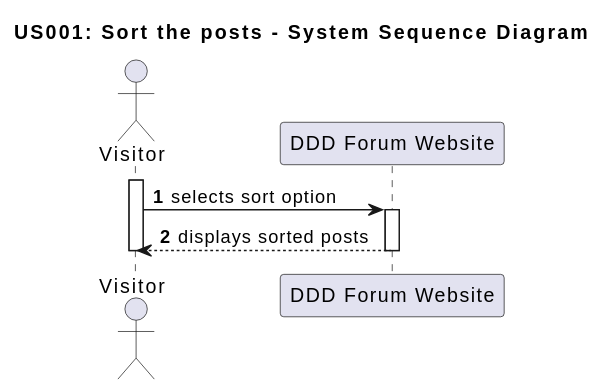
This is docs/sprintA/us001/01.requirements-engineering/svg/us001-system-sequence-diagram.svg from ELAINNE1409/ElainneQA, a PlantUML export, as it was before one commit.
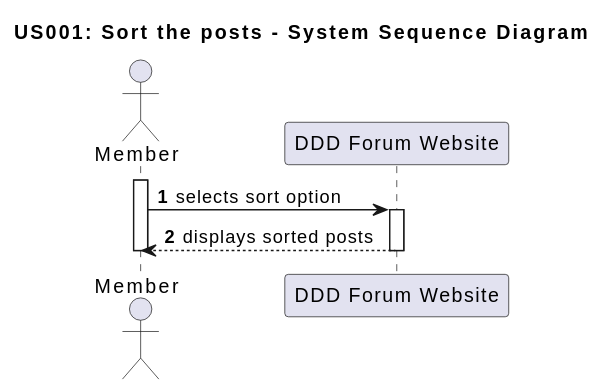
The same diagram one commit later.

What changed in the source:
```diff
@@ -3,17 +3,17 @@
 
 autonumber
 
-actor Visitor as "Visitor"
+actor Member as "Member"
 participant "DDD Forum Website" as System
 skinparam actor {
 BackgroundColor transparent
 }
-activate Visitor
-  Visitor -> System: selects sort option
+activate Member
+  Member -> System: selects sort option
 
 activate System
-  System --> Visitor: displays sorted posts
+  System --> Member: displays sorted posts
 deactivate System
 
-deactivate Visitor
+deactivate Member
 @enduml
```
